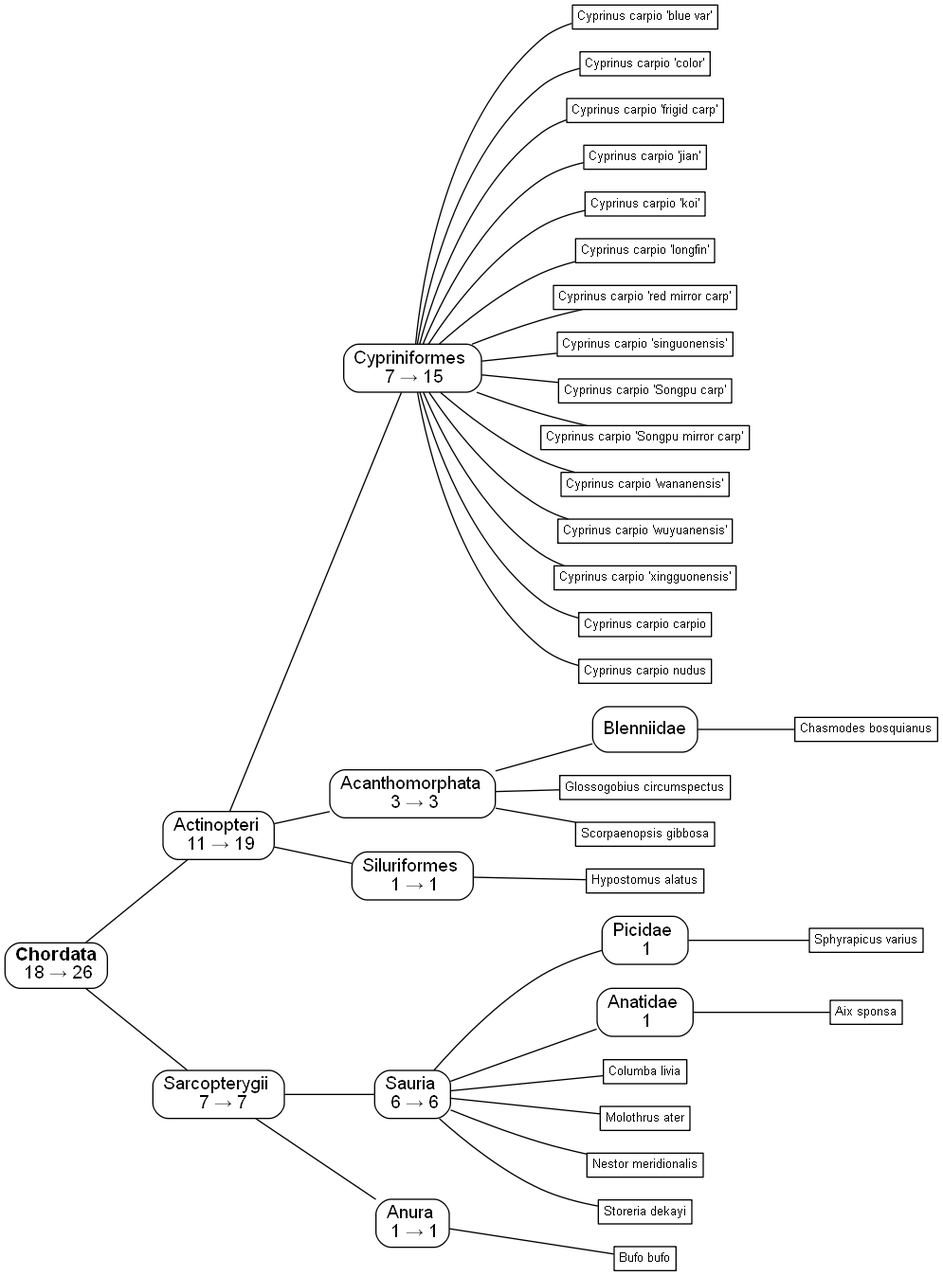
Above: Paper - Latex/Figures/ChordataParasites.png in Irallia/IZW-HU-Parasites (Graphviz), before the change. Its source is kept beside it as Paper - Latex/Figures/ChordataParasites.gv. Source of this version:
```dot
graph "Fitch1" {

rankdir=LR;
graph[fontsize=14, fontname="arial"];
node [shape=Mrecord, fontname="arial"]

Chordata	[label=<<B>Chordata</B><br/> 18 &#8594; 26 >] ;
Actinopteri	[label=<Actinopteri <br/> 11 &#8594; 19>];
Sarcopterygii	[label=<Sarcopterygii <br/>  7 &#8594; 7 >];

Cypriniformes	 [label=<Cypriniformes <br/> 7 &#8594; 15 >];
Acanthomorphata [label=<Acanthomorphata <br/> 3 &#8594; 3>];
Siluriformes	[label=<Siluriformes <br/> 1 &#8594; 1>];
Sauria	[label=<Sauria <br/> 6 &#8594; 6>];
Anura	[label=<Anura <br/> 1 &#8594; 1>];

Picidae	[label=<Picidae <br/> 1>];
Anatidae	[label=<Anatidae <br/> 1>];


Chordata -- Actinopteri
Chordata -- Sarcopterygii

Actinopteri -- Cypriniformes
Actinopteri -- Acanthomorphata
Actinopteri -- Siluriformes
Sarcopterygii -- Sauria
Sarcopterygii -- Anura

Acanthomorphata -- Blenniidae

node [fontsize=10, shape=box, margin=0.05 width=0.05 height=0.05]

Cypriniformes -- "Cyprinus carpio 'blue var'"
Cypriniformes -- "Cyprinus carpio 'color'"
Cypriniformes -- "Cyprinus carpio 'frigid carp'"
Cypriniformes -- "Cyprinus carpio 'jian'"
Cypriniformes -- "Cyprinus carpio 'koi'"
Cypriniformes -- "Cyprinus carpio 'longfin'"
Cypriniformes -- "Cyprinus carpio 'red mirror carp'"
Cypriniformes -- "Cyprinus carpio 'singuonensis'"
Cypriniformes -- "Cyprinus carpio 'Songpu carp'"
Cypriniformes -- "Cyprinus carpio 'Songpu mirror carp'"
Cypriniformes -- "Cyprinus carpio 'wananensis'"
Cypriniformes -- "Cyprinus carpio 'wuyuanensis'"
Cypriniformes -- "Cyprinus carpio 'xingguonensis'"
Cypriniformes -- "Cyprinus carpio carpio"
Cypriniformes -- "Cyprinus carpio nudus"


Blenniidae -- "Chasmodes bosquianus"
Acanthomorphata -- "Glossogobius circumspectus"
Acanthomorphata -- "Scorpaenopsis gibbosa"

Siluriformes -- "Hypostomus alatus"

Sauria -- Picidae -- "Sphyrapicus varius"
Sauria -- Anatidae -- "Aix sponsa"
Sauria -- "Columba livia"
Sauria -- "Molothrus ater"
Sauria -- "Nestor meridionalis"
Sauria -- "Storeria dekayi"

Anura -- "Bufo bufo"
}
```
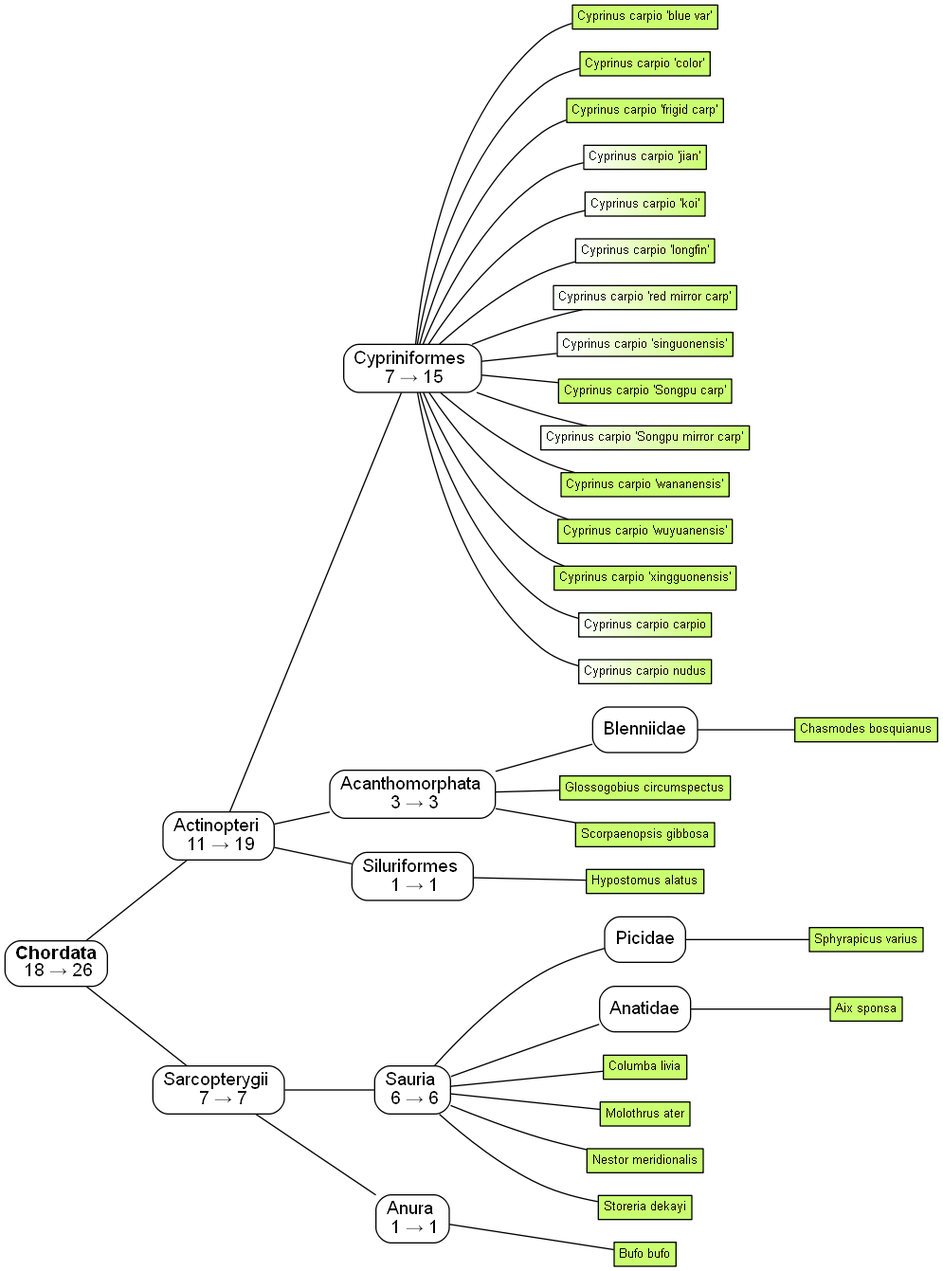
Later version of the same file.

Commit message:
Paper - Results - Biological viwe - update Figure and text for it

Change to the diagram source:
```diff
@@ -14,8 +14,8 @@
 Sauria	[label=<Sauria <br/> 6 &#8594; 6>];
 Anura	[label=<Anura <br/> 1 &#8594; 1>];
 
-Picidae	[label=<Picidae <br/> 1>];
-Anatidae	[label=<Anatidae <br/> 1>];
+Picidae	[label=<Picidae>];
+Anatidae	[label=<Anatidae>];
 
 
 Chordata -- Actinopteri
@@ -29,24 +29,29 @@
 
 Acanthomorphata -- Blenniidae
 
-node [fontsize=10, shape=box, margin=0.05 width=0.05 height=0.05]
+node [fontsize=10, shape=box, style=filled, fillcolor="darkolivegreen1", margin=0.05 width=0.05 height=0.05]
 
 Cypriniformes -- "Cyprinus carpio 'blue var'"
 Cypriniformes -- "Cyprinus carpio 'color'"
 Cypriniformes -- "Cyprinus carpio 'frigid carp'"
+node [fillcolor="white:darkolivegreen1"]
 Cypriniformes -- "Cyprinus carpio 'jian'"
 Cypriniformes -- "Cyprinus carpio 'koi'"
 Cypriniformes -- "Cyprinus carpio 'longfin'"
 Cypriniformes -- "Cyprinus carpio 'red mirror carp'"
 Cypriniformes -- "Cyprinus carpio 'singuonensis'"
+node [fillcolor="darkolivegreen1"]
 Cypriniformes -- "Cyprinus carpio 'Songpu carp'"
+node [fillcolor="white:darkolivegreen1"]
 Cypriniformes -- "Cyprinus carpio 'Songpu mirror carp'"
+node [fillcolor="darkolivegreen1"]
 Cypriniformes -- "Cyprinus carpio 'wananensis'"
 Cypriniformes -- "Cyprinus carpio 'wuyuanensis'"
 Cypriniformes -- "Cyprinus carpio 'xingguonensis'"
+node [fillcolor="white:darkolivegreen1"]
 Cypriniformes -- "Cyprinus carpio carpio"
 Cypriniformes -- "Cyprinus carpio nudus"
-
+node [fillcolor="darkolivegreen1"]
 
 Blenniidae -- "Chasmodes bosquianus"
 Acanthomorphata -- "Glossogobius circumspectus"
```
